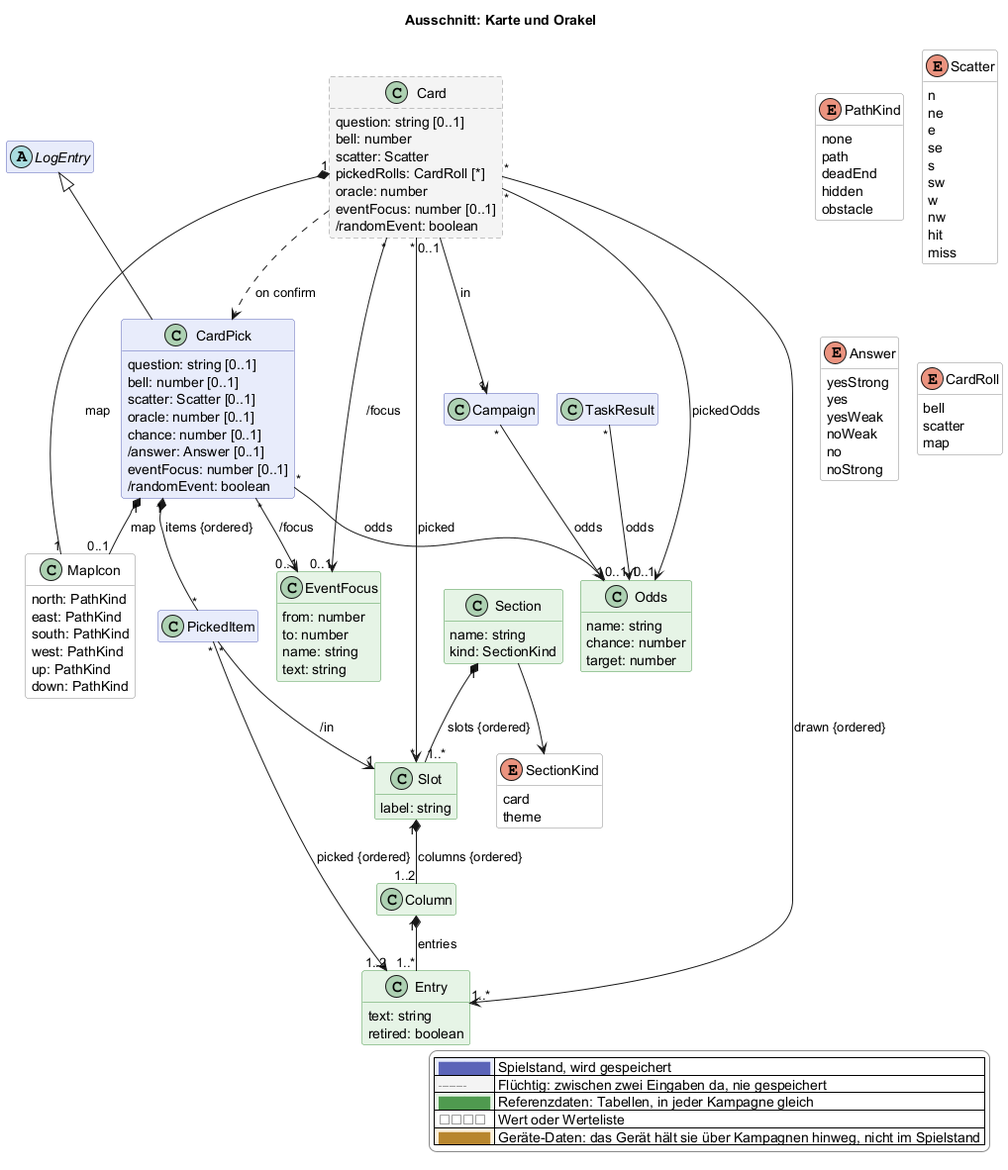
The PlantUML diagram docs/views/karte.png in scuzzar/SRE, before a commit.
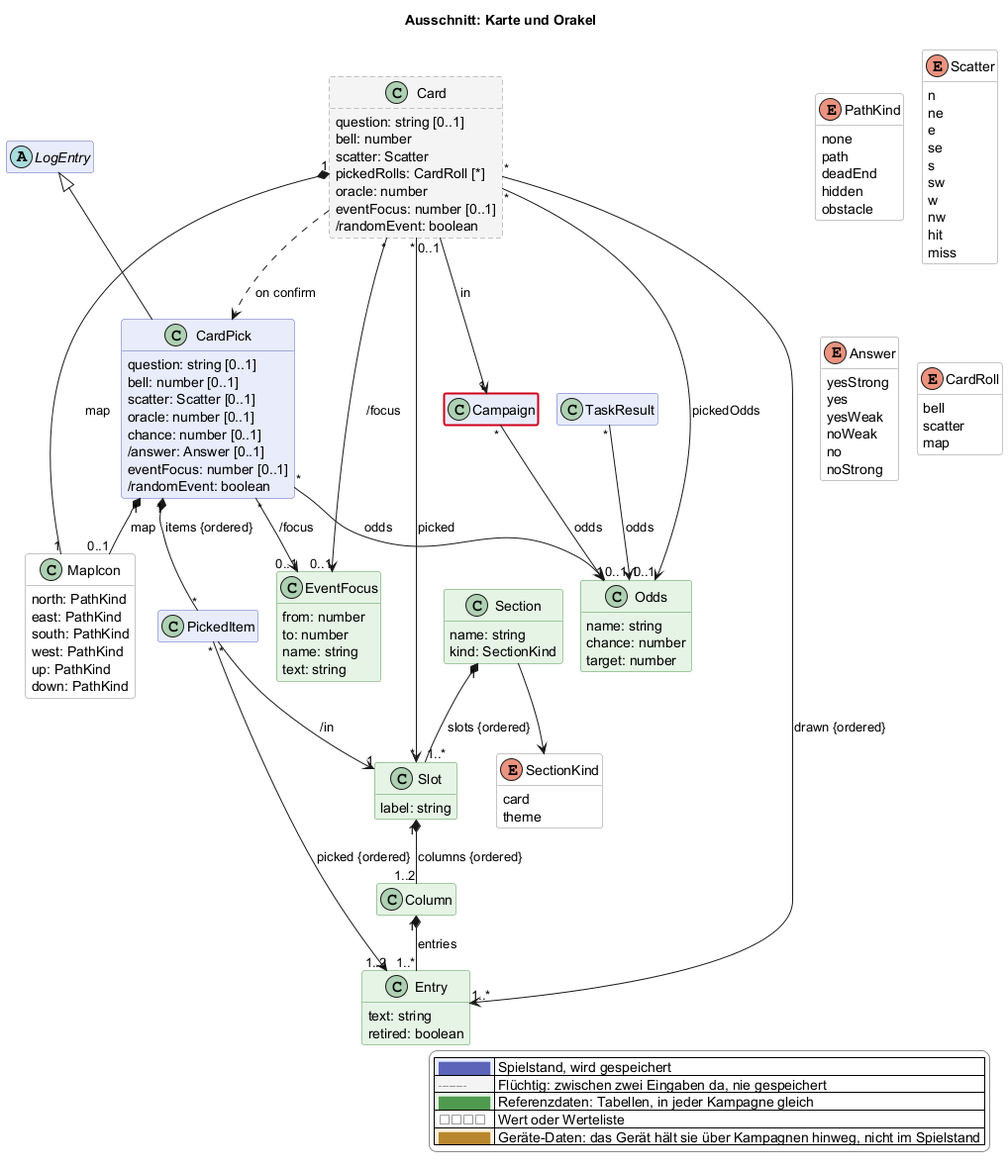
The same diagram one commit later.

Diff of the diagram source:
```diff
@@ -208,4 +208,5 @@
   |<#ffffff> <color:#8a8a8a>□□□□</color> | Wert oder Werteliste |
   |<#fdf1dc> <color:#b8862e>████</color> | Geräte-Daten: das Gerät hält sie über Kampagnen hinweg, nicht im Spielstand |
 endlegend
+class Campaign #line:d0021b;line.bold
 @enduml
```
